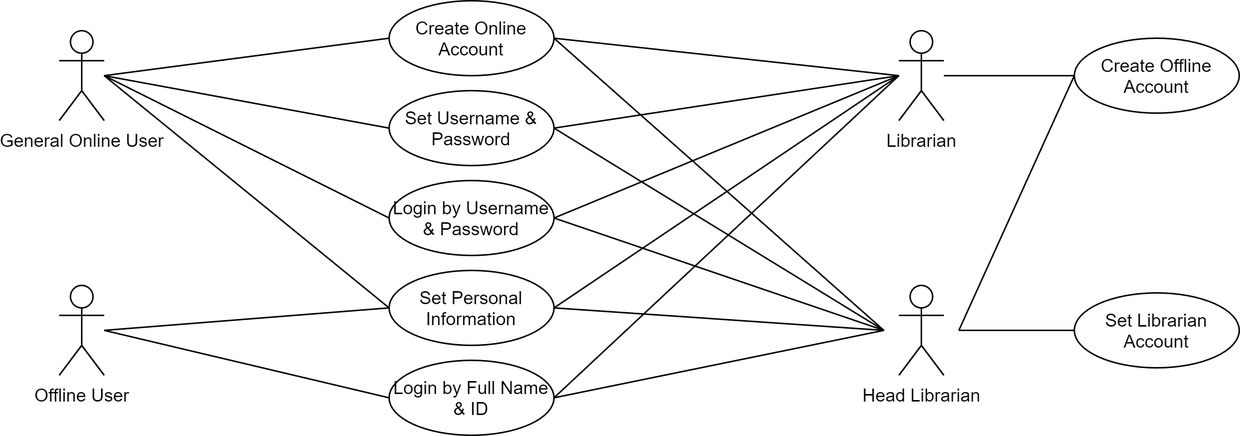
The draw.io diagram images/use_case_diagram_user_account.PNG in McGill-ECSE321-Fall2021/project-group-12, before a commit. Source tidied: cells renumbered, new cells last; positions are measured from the earlier drawing's top-left corner, leaving out a move shared by most shapes.
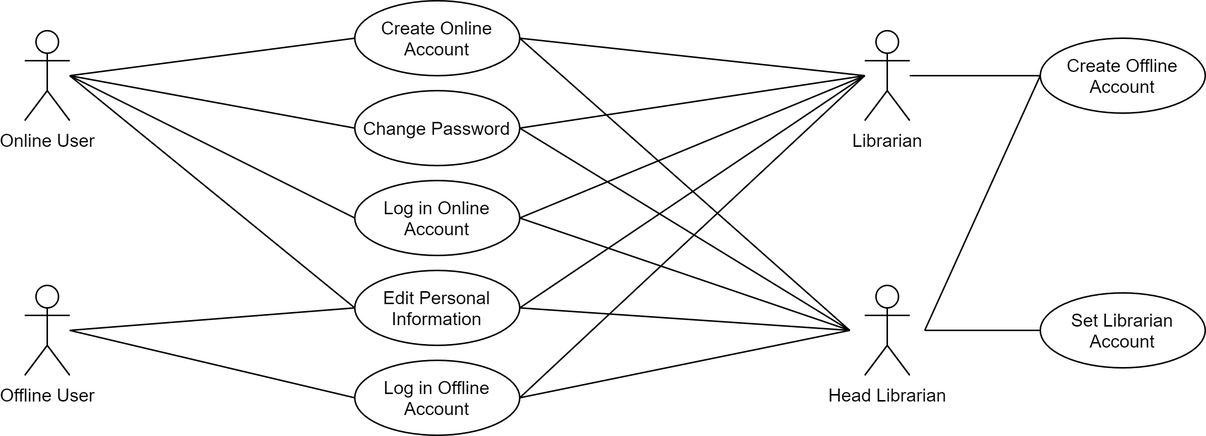
Above is the later version.

Commit message:
Update 'User Account' use case diagram

Change to the diagram source:
```diff
@@ -8,7 +8,7 @@
     <mxCell id="3" value="Head Librarian" style="shape=umlActor;verticalLabelPosition=bottom;verticalAlign=top;html=1;" parent="1" vertex="1">
       <mxGeometry x="560" y="190" width="30" height="60" as="geometry" />
     </mxCell>
-    <mxCell id="4" value="General Online User" style="shape=umlActor;verticalLabelPosition=bottom;verticalAlign=top;html=1;" parent="1" vertex="1">
+    <mxCell id="4" value="Online User" style="shape=umlActor;verticalLabelPosition=bottom;verticalAlign=top;html=1;" parent="1" vertex="1">
       <mxGeometry y="20" width="30" height="60" as="geometry" />
     </mxCell>
     <mxCell id="5" value="Offline User" style="shape=umlActor;verticalLabelPosition=bottom;verticalAlign=top;html=1;" parent="1" vertex="1">
@@ -17,19 +17,19 @@
     <mxCell id="6" value="Create Online Account" style="ellipse;whiteSpace=wrap;html=1;" parent="1" vertex="1">
       <mxGeometry x="220" width="110" height="50" as="geometry" />
     </mxCell>
-    <mxCell id="7" value="Set Username &amp;amp; Password" style="ellipse;whiteSpace=wrap;html=1;" parent="1" vertex="1">
+    <mxCell id="7" value="Change Password" style="ellipse;whiteSpace=wrap;html=1;" parent="1" vertex="1">
       <mxGeometry x="220" y="60" width="110" height="50" as="geometry" />
     </mxCell>
-    <mxCell id="8" value="Set Personal Information" style="ellipse;whiteSpace=wrap;html=1;" parent="1" vertex="1">
+    <mxCell id="8" value="Edit Personal Information" style="ellipse;whiteSpace=wrap;html=1;" parent="1" vertex="1">
       <mxGeometry x="220" y="180" width="110" height="50" as="geometry" />
     </mxCell>
     <mxCell id="9" value="Create Offline Account" style="ellipse;whiteSpace=wrap;html=1;" parent="1" vertex="1">
       <mxGeometry x="677" y="25" width="110" height="50" as="geometry" />
     </mxCell>
-    <mxCell id="10" value="Login by Username &amp;amp; Password" style="ellipse;whiteSpace=wrap;html=1;" parent="1" vertex="1">
+    <mxCell id="10" value="Log in Online Account" style="ellipse;whiteSpace=wrap;html=1;" parent="1" vertex="1">
       <mxGeometry x="220" y="120" width="110" height="50" as="geometry" />
     </mxCell>
-    <mxCell id="11" value="Login by Full Name &amp;amp; ID" style="ellipse;whiteSpace=wrap;html=1;" parent="1" vertex="1">
+    <mxCell id="11" value="Log in Offline Account" style="ellipse;whiteSpace=wrap;html=1;" parent="1" vertex="1">
       <mxGeometry x="220" y="240" width="110" height="50" as="geometry" />
     </mxCell>
     <mxCell id="12" style="endArrow=none;html=1;rounded=0;entryX=0;entryY=0.5;entryDx=0;entryDy=0;" parent="1" edge="1" target="6">
```
